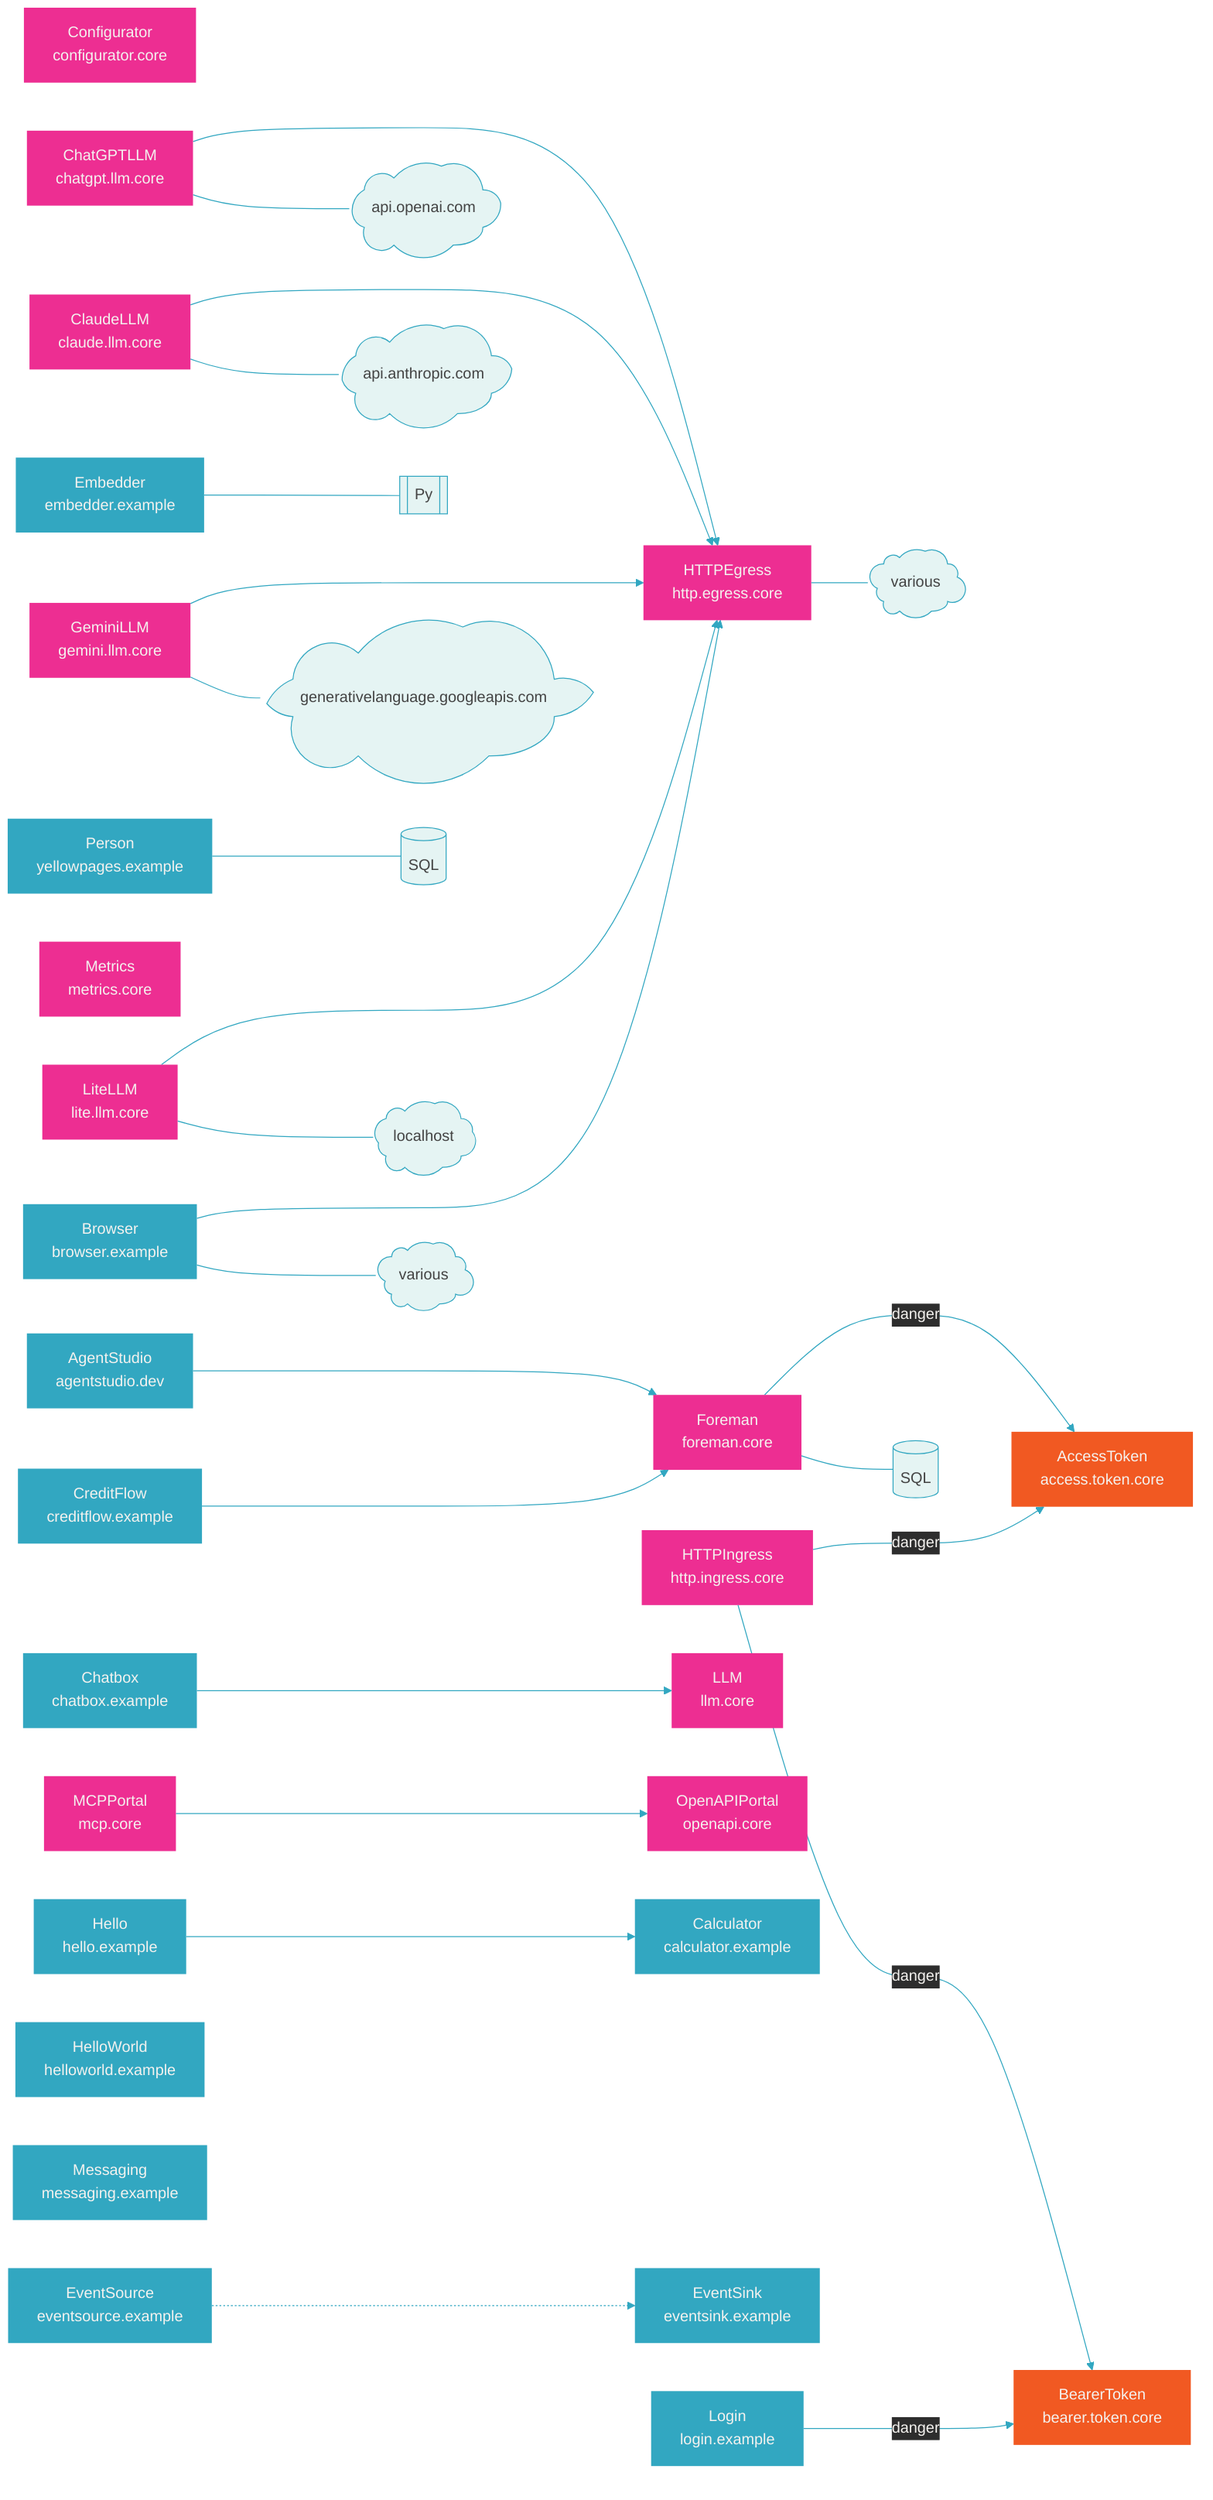
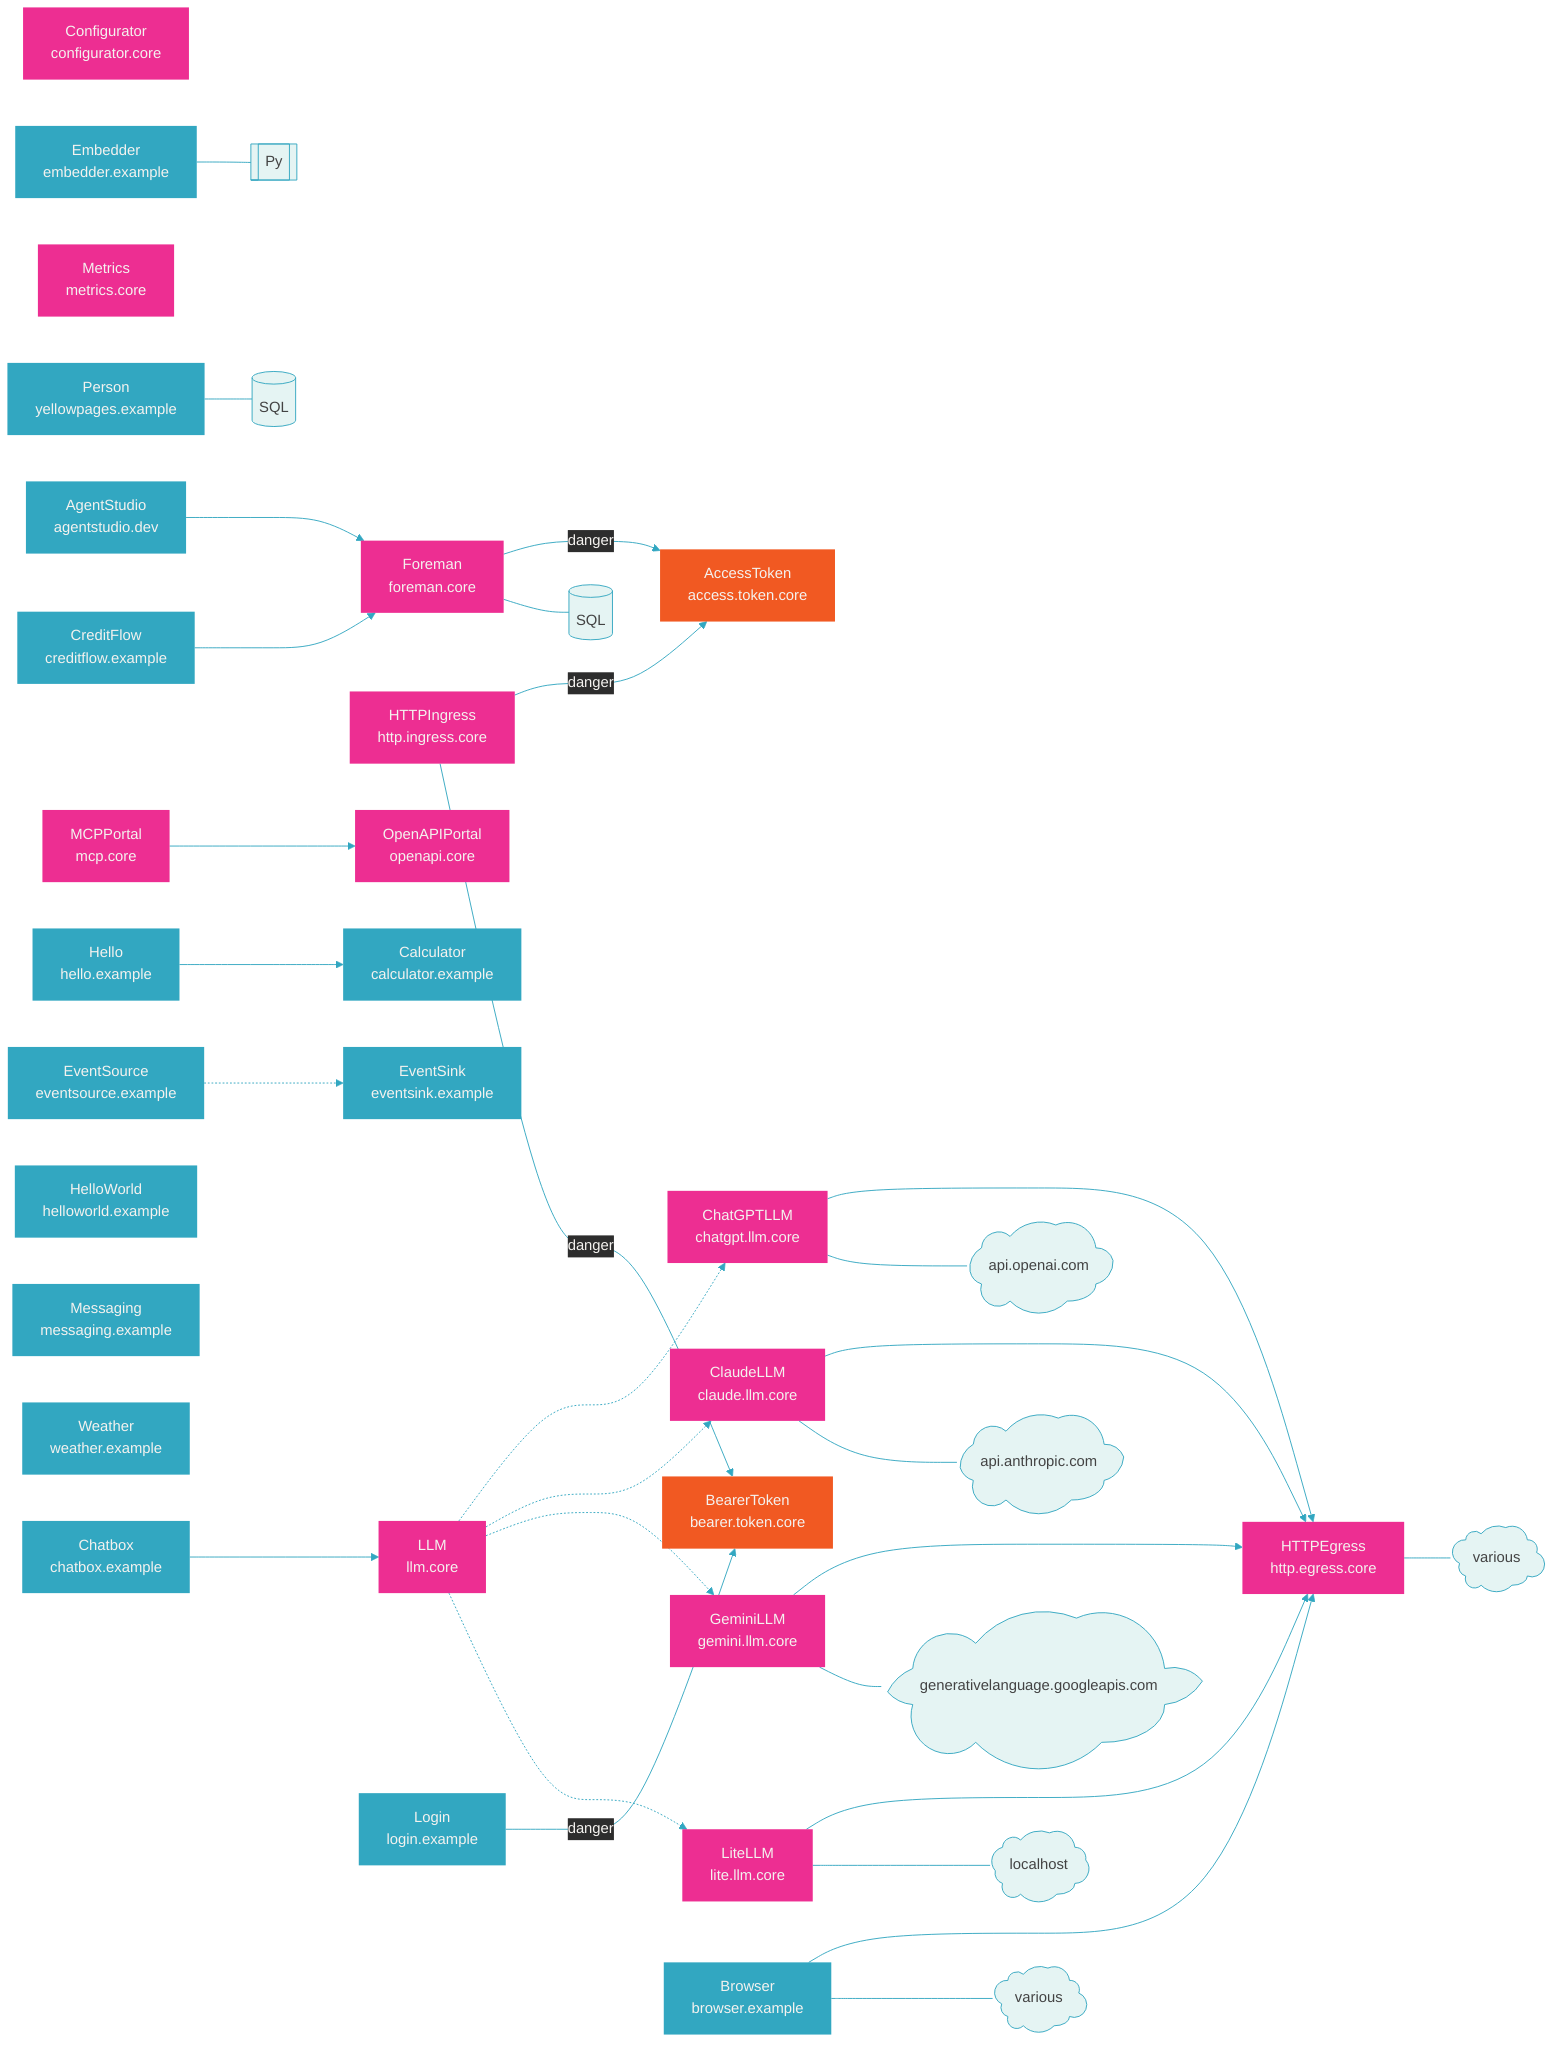
%%{init: {'themeVariables': {'lineColor': '#32a7c1', 'edgeLabelBackground': '#2d2d2d', 'textColor': '#f4f2ef'}}}%%
graph LR
    classDef core fill:#ed2e92,color:#f4f2ef,stroke-width:0px
    classDef svc fill:#32a7c1,color:#f4f2ef,stroke-width:0px
    classDef danger fill:#f15922,color:#f4f2ef,stroke-width:0px
    classDef ext fill:#e5f4f3,color:#434343,stroke:#32a7c1

    configurator.core[Configurator<br>configurator.core]
    http.egress.core[HTTPEgress<br>http.egress.core] --- http.egress.core.cloud@{shape: cloud, label: "various"}
    foreman.core[Foreman<br>foreman.core] --->|danger| access.token.core[AccessToken<br>access.token.core]
    foreman.core --- foreman.core.db[(SQL)]
    http.ingress.core[HTTPIngress<br>http.ingress.core] --->|danger| access.token.core
    http.ingress.core --->|danger| bearer.token.core[BearerToken<br>bearer.token.core]
    llm.core[LLM<br>llm.core]
    chatgpt.llm.core[ChatGPTLLM<br>chatgpt.llm.core] ---> http.egress.core
+     llm.core -..-> chatgpt.llm.core
    chatgpt.llm.core --- chatgpt.llm.core.cloud@{shape: cloud, label: "api.openai.com"}
    claude.llm.core[ClaudeLLM<br>claude.llm.core] ---> http.egress.core
+     llm.core -..-> claude.llm.core
    claude.llm.core --- claude.llm.core.cloud@{shape: cloud, label: "api.anthropic.com"}
    gemini.llm.core[GeminiLLM<br>gemini.llm.core] ---> http.egress.core
+     llm.core -..-> gemini.llm.core
    gemini.llm.core --- gemini.llm.core.cloud@{shape: cloud, label: "generativelanguage.googleapis.com"}
    lite.llm.core[LiteLLM<br>lite.llm.core] ---> http.egress.core
+     llm.core -..-> lite.llm.core
    lite.llm.core --- lite.llm.core.cloud@{shape: cloud, label: "localhost"}
    mcp.core[MCPPortal<br>mcp.core] ---> openapi.core[OpenAPIPortal<br>openapi.core]
    metrics.core[Metrics<br>metrics.core]
    agentstudio.dev[AgentStudio<br>agentstudio.dev] ---> foreman.core
    browser.example[Browser<br>browser.example] ---> http.egress.core
    browser.example --- browser.example.cloud@{shape: cloud, label: "various"}
    calculator.example[Calculator<br>calculator.example]
    chatbox.example[Chatbox<br>chatbox.example] ---> llm.core
    creditflow.example[CreditFlow<br>creditflow.example] ---> foreman.core
    embedder.example[Embedder<br>embedder.example] --- embedder.example.py[[Py]]
    eventsource.example[EventSource<br>eventsource.example] -..-> eventsink.example[EventSink<br>eventsink.example]
    hello.example[Hello<br>hello.example] ---> calculator.example
    helloworld.example[HelloWorld<br>helloworld.example]
    login.example[Login<br>login.example] --->|danger| bearer.token.core
    messaging.example[Messaging<br>messaging.example]
+     weather.example[Weather<br>weather.example]
    yellowpages.example[Person<br>yellowpages.example] --- yellowpages.example.db[(SQL)]

-     class agentstudio.dev,browser.example,calculator.example,chatbox.example,creditflow.example,embedder.example,eventsink.example,eventsource.example,hello.example,helloworld.example,login.example,messaging.example,yellowpages.example svc
+     class agentstudio.dev,browser.example,calculator.example,chatbox.example,creditflow.example,embedder.example,eventsink.example,eventsource.example,hello.example,helloworld.example,login.example,messaging.example,weather.example,yellowpages.example svc
    class configurator.core,http.egress.core,foreman.core,http.ingress.core,llm.core,chatgpt.llm.core,claude.llm.core,gemini.llm.core,lite.llm.core,mcp.core,metrics.core,openapi.core core
    class access.token.core,bearer.token.core danger
    class http.egress.core.cloud,foreman.core.db,chatgpt.llm.core.cloud,claude.llm.core.cloud,gemini.llm.core.cloud,lite.llm.core.cloud,browser.example.cloud,embedder.example.py,yellowpages.example.db ext
